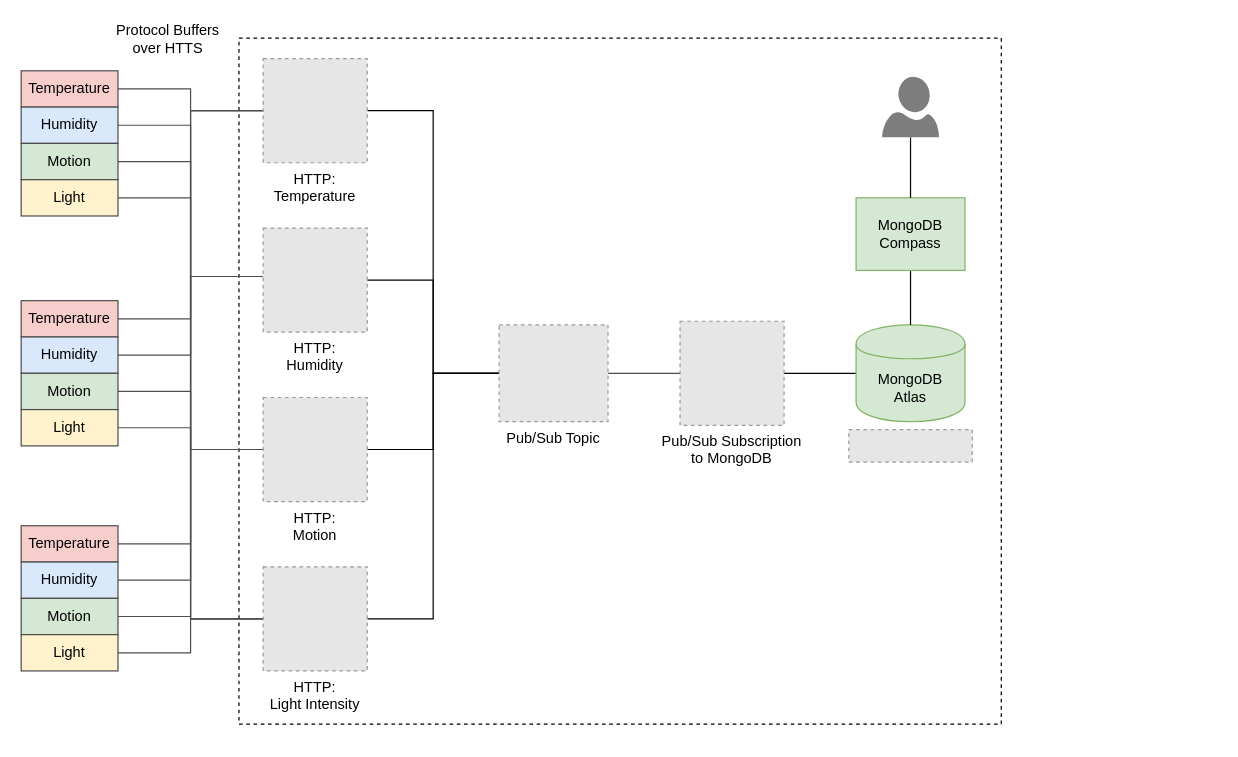
Earlier version of the draw.io diagram Untitled Diagram.drawio (garystafford/draw-io). Source tidied: cells renumbered, new cells numbered last; positions are measured from the earlier drawing's top-left corner, leaving out a move shared by most shapes. Both pictures are drawn from the tidied source at 121%, with x=0, y=0 at pixel (21, 38). Pictures stored in the file or linked from it are replaced by grey dashed boxes.
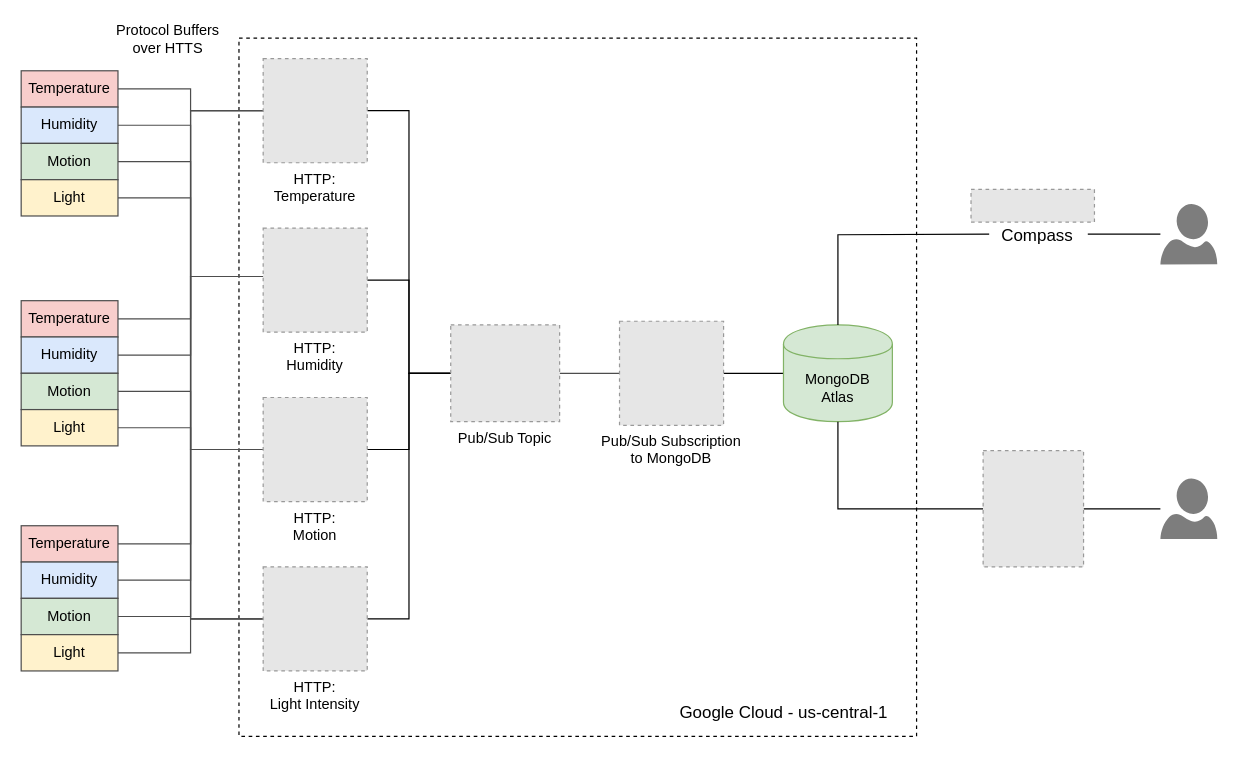
Above is the later version.

Change to the diagram source:
```diff
@@
     <mxCell id="2" style="rounded=0;whiteSpace=wrap;html=1;fillColor=none;dashed=1;" parent="1" vertex="1">
-      <mxGeometry x="180" width="630" height="567" as="geometry" />
+      <mxGeometry x="180" width="560" height="577" as="geometry" />
     </mxCell>
-    <mxCell id="3" style="fillColor=#E6E6E6;strokeColor=#999999;dashed=1;verticalLabelPosition=bottom;verticalAlign=top;" parent="1" vertex="1">
-      <mxGeometry x="684" y="323.5" width="102" height="27" as="geometry" />
-    </mxCell>
@@
     <mxCell id="38" value="Pub/Sub Topic" style="fillColor=#E6E6E6;strokeColor=#999999;dashed=1;verticalLabelPosition=bottom;verticalAlign=top;" parent="1" vertex="1">
-      <mxGeometry x="395" y="237" width="90" height="80" as="geometry" />
+      <mxGeometry x="355" y="237" width="90" height="80" as="geometry" />
     </mxCell>
@@
     <mxCell id="40" value="Pub/Sub Subscription&#10;to MongoDB" style="fillColor=#E6E6E6;strokeColor=#999999;dashed=1;verticalLabelPosition=bottom;verticalAlign=top;" parent="1" vertex="1">
-      <mxGeometry x="544.5" y="234" width="86" height="86" as="geometry" />
+      <mxGeometry x="494.5" y="234" width="86" height="86" as="geometry" />
     </mxCell>
     <mxCell id="41" value="MongoDB &lt;br&gt;Atlas" style="shape=cylinder;whiteSpace=wrap;html=1;boundedLbl=1;backgroundOutline=1;fillColor=#d5e8d4;strokeColor=#82b366;" parent="1" vertex="1">
-      <mxGeometry x="690" y="237" width="90" height="80" as="geometry" />
+      <mxGeometry x="630" y="237" width="90" height="80" as="geometry" />
     </mxCell>
-    <mxCell id="42" style="edgeStyle=orthogonalEdgeStyle;rounded=0;jettySize=auto;html=1;entryX=0.5;entryY=0;entryDx=0;entryDy=0;endArrow=none;endFill=0;" parent="1" edge="1" source="43" target="41">
-      <mxGeometry relative="1" as="geometry" />
+    <mxCell id="42" style="edgeStyle=orthogonalEdgeStyle;rounded=0;jettySize=auto;html=1;entryX=0.5;entryY=0;entryDx=0;entryDy=0;endArrow=none;endFill=0;" parent="1" edge="1" target="41">
+      <mxGeometry relative="1" as="geometry">
+        <mxPoint x="800" y="162" as="sourcePoint" />
+      </mxGeometry>
     </mxCell>
-    <mxCell id="43" value="MongoDB Compass" style="rounded=0;whiteSpace=wrap;html=1;fillColor=#d5e8d4;strokeColor=#82b366;" parent="1" vertex="1">
-      <mxGeometry x="690" y="132" width="90" height="60" as="geometry" />
-    </mxCell>
-    <mxCell id="44" style="rounded=0;jettySize=auto;html=1;entryX=0.5;entryY=0;entryDx=0;entryDy=0;endArrow=none;endFill=0;" parent="1" edge="1" source="45" target="43">
-      <mxGeometry relative="1" as="geometry" />
+    <mxCell id="44" style="rounded=0;jettySize=auto;html=1;endArrow=none;endFill=0;" parent="1" edge="1" source="45">
+      <mxGeometry relative="1" as="geometry">
+        <mxPoint x="881.5" y="162" as="targetPoint" />
+      </mxGeometry>
     </mxCell>
     <mxCell id="45" style="shadow=0;dashed=0;html=1;strokeColor=none;labelPosition=center;verticalLabelPosition=bottom;verticalAlign=top;align=center;shape=mxgraph.azure.user;fillColor=#7D7D7D;" parent="1" vertex="1">
-      <mxGeometry x="711.5" y="32" width="47" height="50" as="geometry" />
+      <mxGeometry x="941.5" y="137" width="47" height="50" as="geometry" />
     </mxCell>
+    <mxCell id="46" style="rounded=0;jettySize=auto;html=1;endArrow=none;endFill=0;edgeStyle=orthogonalEdgeStyle;" parent="1" edge="1" source="48" target="41">
+      <mxGeometry relative="1" as="geometry" />
+    </mxCell>
+    <mxCell id="47" style="edgeStyle=orthogonalEdgeStyle;rounded=0;jettySize=auto;html=1;endArrow=none;endFill=0;" parent="1" edge="1" source="48" target="49">
+      <mxGeometry relative="1" as="geometry" />
+    </mxCell>
+    <mxCell id="48" style="fillColor=#E6E6E6;strokeColor=#999999;dashed=1;verticalLabelPosition=bottom;labelBackgroundColor=#ffffff;verticalAlign=top;" parent="1" vertex="1">
+      <mxGeometry x="795" y="341" width="83" height="96" as="geometry" />
+    </mxCell>
+    <mxCell id="49" style="shadow=0;dashed=0;html=1;strokeColor=none;labelPosition=center;verticalLabelPosition=bottom;verticalAlign=top;align=center;shape=mxgraph.azure.user;fillColor=#7D7D7D;" parent="1" vertex="1">
+      <mxGeometry x="941.5" y="364" width="47" height="50" as="geometry" />
+    </mxCell>
+    <mxCell id="50" style="fillColor=#E6E6E6;strokeColor=#999999;dashed=1;verticalLabelPosition=bottom;verticalAlign=top;" parent="1" vertex="1">
+      <mxGeometry x="785" y="125" width="102" height="27" as="geometry" />
+    </mxCell>
+    <mxCell id="51" value="Compass" style="text;html=1;strokeColor=none;fillColor=none;align=center;verticalAlign=middle;whiteSpace=wrap;rounded=0;fontSize=14;" parent="1" vertex="1">
+      <mxGeometry x="820" y="153" width="40" height="20" as="geometry" />
+    </mxCell>
+    <mxCell id="52" value="Google Cloud - us-central-1" style="text;html=1;strokeColor=none;fillColor=none;align=center;verticalAlign=middle;whiteSpace=wrap;rounded=0;fontSize=14;" parent="1" vertex="1">
+      <mxGeometry x="532.5" y="547" width="195" height="20" as="geometry" />
+    </mxCell>
```
